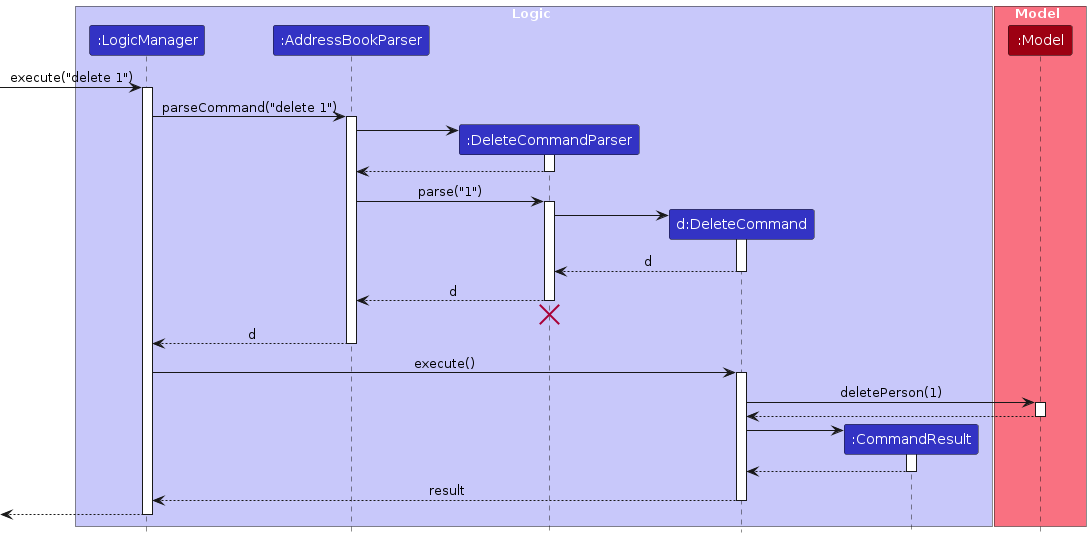
Earlier version of the PlantUML export diagrams/DeleteSequenceDiagram.png (prawnzyy/tp). Its source is kept beside it as diagrams/DeleteSequenceDiagram.puml.
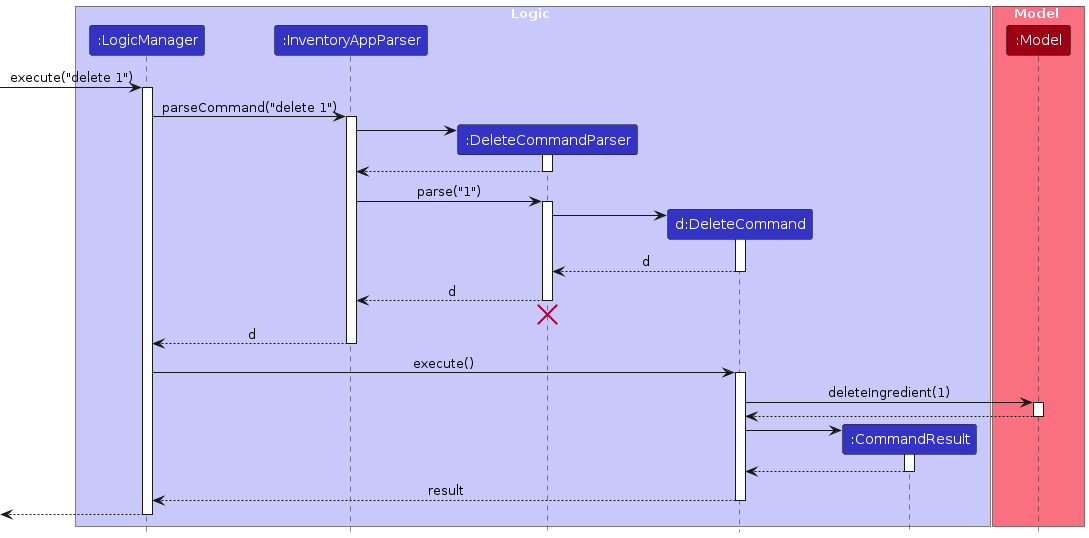
Above is the later version.

Diff of the diagram source:
```diff
@@ -4,7 +4,7 @@
 
 box Logic LOGIC_COLOR_T1
 participant ":LogicManager" as LogicManager LOGIC_COLOR
-participant ":AddressBookParser" as AddressBookParser LOGIC_COLOR
+participant ":InventoryAppParser" as InventoryAppParser LOGIC_COLOR
 participant ":DeleteCommandParser" as DeleteCommandParser LOGIC_COLOR
 participant "d:DeleteCommand" as DeleteCommand LOGIC_COLOR
 participant ":CommandResult" as CommandResult LOGIC_COLOR
@@ -17,17 +17,17 @@
 [-> LogicManager : execute("delete 1")
 activate LogicManager
 
-LogicManager -> AddressBookParser : parseCommand("delete 1")
-activate AddressBookParser
+LogicManager -> InventoryAppParser : parseCommand("delete 1")
+activate InventoryAppParser
 
 create DeleteCommandParser
-AddressBookParser -> DeleteCommandParser
+InventoryAppParser -> DeleteCommandParser
 activate DeleteCommandParser
 
-DeleteCommandParser --> AddressBookParser
+DeleteCommandParser --> InventoryAppParser
 deactivate DeleteCommandParser
 
-AddressBookParser -> DeleteCommandParser : parse("1")
+InventoryAppParser -> DeleteCommandParser : parse("1")
 activate DeleteCommandParser
 
 create DeleteCommand
@@ -37,18 +37,18 @@
 DeleteCommand --> DeleteCommandParser : d
 deactivate DeleteCommand
 
-DeleteCommandParser --> AddressBookParser : d
+DeleteCommandParser --> InventoryAppParser : d
 deactivate DeleteCommandParser
-DeleteCommandParser -[hidden]-> AddressBookParser
+DeleteCommandParser -[hidden]-> InventoryAppParser
 destroy DeleteCommandParser
 
-AddressBookParser --> LogicManager : d
-deactivate AddressBookParser
+InventoryAppParser --> LogicManager : d
+deactivate InventoryAppParser
 
 LogicManager -> DeleteCommand : execute()
 activate DeleteCommand
 
-DeleteCommand -> Model : deletePerson(1)
+DeleteCommand -> Model : deleteIngredient(1)
 activate Model
 
 Model --> DeleteCommand
```
